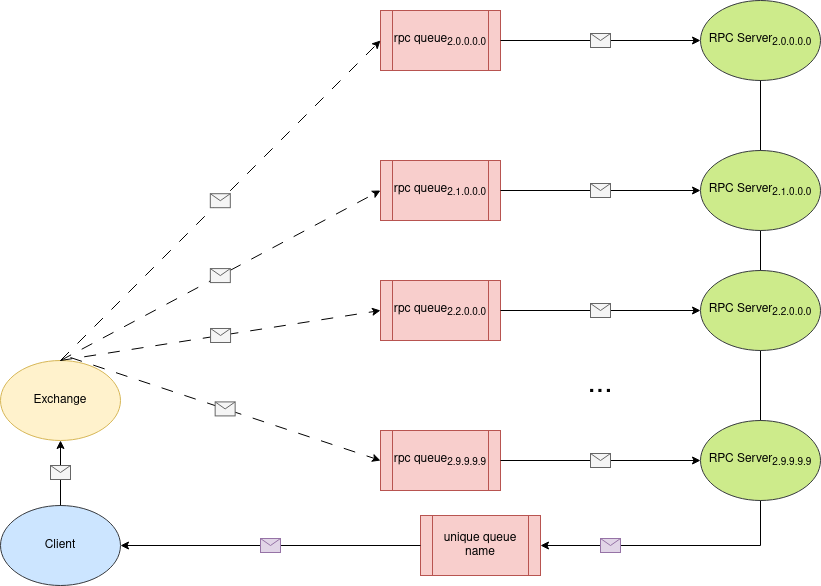
This is resources/rpc_diagram.png from danyk20/CMS_DAQ_simulation, a draw.io export, as it was before one commit. Source tidied: cells renumbered, new cells last; positions are measured from the earlier drawing's top-left corner, leaving out a move shared by most shapes. Its diagram source:
```xml
<mxGraphModel>
  <root>
    <mxCell id="0" />
    <mxCell id="1" parent="0" />
    <mxCell id="2" value="Exchange" style="ellipse;whiteSpace=wrap;html=1;fillColor=#fff2cc;strokeColor=#d6b656;" parent="1" vertex="1">
      <mxGeometry y="360" width="120" height="80" as="geometry" />
    </mxCell>
    <mxCell id="3" value="RPC Server&lt;sub&gt;2.0.0.0.0&lt;/sub&gt;" style="ellipse;whiteSpace=wrap;html=1;fillColor=#cdeb8b;strokeColor=#36393d;" parent="1" vertex="1">
      <mxGeometry x="700" width="120" height="80" as="geometry" />
    </mxCell>
    <mxCell id="4" value="rpc queue&lt;sub&gt;2.0.0.0.0&lt;/sub&gt;" style="shape=process;whiteSpace=wrap;html=1;backgroundOutline=1;fillColor=#f8cecc;strokeColor=#b85450;" parent="1" vertex="1">
      <mxGeometry x="380" y="10" width="120" height="60" as="geometry" />
    </mxCell>
    <mxCell id="5" value="unique queue name" style="shape=process;whiteSpace=wrap;html=1;backgroundOutline=1;fillColor=#f8cecc;strokeColor=#b85450;" parent="1" vertex="1">
      <mxGeometry x="420" y="515" width="120" height="60" as="geometry" />
    </mxCell>
    <mxCell id="6" style="endArrow=classic;html=1;rounded=0;exitX=0.5;exitY=0;exitDx=0;exitDy=0;entryX=0;entryY=0.5;entryDx=0;entryDy=0;dashed=1;dashPattern=12 12;" parent="1" edge="1" source="2" target="4">
      <mxGeometry relative="1" as="geometry" />
    </mxCell>
    <mxCell id="7" style="shape=message;html=1;fillColor=#f5f5f5;fontColor=#333333;strokeColor=#666666;" parent="6" vertex="1">
      <mxGeometry width="20" height="14" relative="1" as="geometry">
        <mxPoint x="-10" y="-7" as="offset" />
      </mxGeometry>
    </mxCell>
    <mxCell id="8" style="endArrow=classic;html=1;rounded=0;exitX=1;exitY=0.5;exitDx=0;exitDy=0;entryX=0;entryY=0.5;entryDx=0;entryDy=0;" parent="1" edge="1" source="4" target="3">
      <mxGeometry relative="1" as="geometry" />
    </mxCell>
    <mxCell id="9" style="shape=message;html=1;fillColor=#f5f5f5;fontColor=#333333;strokeColor=#666666;" parent="8" vertex="1">
      <mxGeometry width="20" height="14" relative="1" as="geometry">
        <mxPoint x="-10" y="-7" as="offset" />
      </mxGeometry>
    </mxCell>
    <mxCell id="10" style="endArrow=classic;html=1;rounded=0;entryX=1;entryY=0.5;entryDx=0;entryDy=0;exitX=0;exitY=0.5;exitDx=0;exitDy=0;" parent="1" edge="1" source="5" target="33">
      <mxGeometry relative="1" as="geometry" />
    </mxCell>
    <mxCell id="11" style="shape=message;html=1;fillColor=#e1d5e7;strokeColor=#9673a6;" parent="10" vertex="1">
      <mxGeometry width="20" height="14" relative="1" as="geometry">
        <mxPoint x="-10" y="-7" as="offset" />
      </mxGeometry>
    </mxCell>
    <mxCell id="12" style="endArrow=classic;html=1;rounded=0;exitX=0.5;exitY=1;exitDx=0;exitDy=0;entryX=1;entryY=0.5;entryDx=0;entryDy=0;" parent="1" edge="1" source="3" target="5">
      <mxGeometry relative="1" as="geometry">
        <Array as="points">
          <mxPoint x="760" y="545" />
        </Array>
      </mxGeometry>
    </mxCell>
    <mxCell id="13" style="shape=message;html=1;fillColor=#e1d5e7;strokeColor=#9673a6;" parent="12" vertex="1">
      <mxGeometry width="20" height="14" relative="1" as="geometry">
        <mxPoint x="-160" y="115" as="offset" />
      </mxGeometry>
    </mxCell>
    <mxCell id="14" value="RPC Server&lt;sub&gt;2.1.0.0.0&lt;/sub&gt;" style="ellipse;whiteSpace=wrap;html=1;fillColor=#cdeb8b;strokeColor=#36393d;" parent="1" vertex="1">
      <mxGeometry x="700" y="150" width="120" height="80" as="geometry" />
    </mxCell>
    <mxCell id="15" value="rpc queue&lt;sub&gt;2.1.0.0.0&lt;/sub&gt;" style="shape=process;whiteSpace=wrap;html=1;backgroundOutline=1;fillColor=#f8cecc;strokeColor=#b85450;" parent="1" vertex="1">
      <mxGeometry x="380" y="160" width="120" height="60" as="geometry" />
    </mxCell>
    <mxCell id="16" style="endArrow=classic;html=1;rounded=0;exitX=1;exitY=0.5;exitDx=0;exitDy=0;entryX=0;entryY=0.5;entryDx=0;entryDy=0;" parent="1" edge="1" source="15" target="14">
      <mxGeometry relative="1" as="geometry" />
    </mxCell>
    <mxCell id="17" style="shape=message;html=1;fillColor=#f5f5f5;fontColor=#333333;strokeColor=#666666;" parent="16" vertex="1">
      <mxGeometry width="20" height="14" relative="1" as="geometry">
        <mxPoint x="-10" y="-7" as="offset" />
      </mxGeometry>
    </mxCell>
    <mxCell id="18" style="endArrow=classic;html=1;rounded=0;exitX=0.5;exitY=0;exitDx=0;exitDy=0;entryX=0;entryY=0.5;entryDx=0;entryDy=0;dashed=1;dashPattern=12 12;" parent="1" edge="1" source="2" target="15">
      <mxGeometry relative="1" as="geometry" />
    </mxCell>
    <mxCell id="19" style="shape=message;html=1;fillColor=#f5f5f5;fontColor=#333333;strokeColor=#666666;" parent="18" vertex="1">
      <mxGeometry width="20" height="14" relative="1" as="geometry">
        <mxPoint x="-10" y="-7" as="offset" />
      </mxGeometry>
    </mxCell>
    <mxCell id="20" value="RPC Server&lt;sub&gt;2.2.0.0.0&lt;/sub&gt;" style="ellipse;whiteSpace=wrap;html=1;fillColor=#cdeb8b;strokeColor=#36393d;" parent="1" vertex="1">
      <mxGeometry x="700" y="270" width="120" height="80" as="geometry" />
    </mxCell>
    <mxCell id="21" value="rpc queue&lt;sub&gt;2.2.0.0.0&lt;/sub&gt;" style="shape=process;whiteSpace=wrap;html=1;backgroundOutline=1;fillColor=#f8cecc;strokeColor=#b85450;" parent="1" vertex="1">
      <mxGeometry x="380" y="280" width="120" height="60" as="geometry" />
    </mxCell>
    <mxCell id="22" style="endArrow=classic;html=1;rounded=0;exitX=1;exitY=0.5;exitDx=0;exitDy=0;entryX=0;entryY=0.5;entryDx=0;entryDy=0;" parent="1" edge="1" source="21" target="20">
      <mxGeometry relative="1" as="geometry" />
    </mxCell>
    <mxCell id="23" style="shape=message;html=1;fillColor=#f5f5f5;fontColor=#333333;strokeColor=#666666;" parent="22" vertex="1">
      <mxGeometry width="20" height="14" relative="1" as="geometry">
        <mxPoint x="-10" y="-7" as="offset" />
      </mxGeometry>
    </mxCell>
    <mxCell id="24" value="RPC Server&lt;sub&gt;2.9.9.9.9&lt;/sub&gt;" style="ellipse;whiteSpace=wrap;html=1;fillColor=#cdeb8b;strokeColor=#36393d;" parent="1" vertex="1">
      <mxGeometry x="700" y="420" width="120" height="80" as="geometry" />
    </mxCell>
    <mxCell id="25" value="rpc queue&lt;sub&gt;2.9.9.9.9&lt;/sub&gt;" style="shape=process;whiteSpace=wrap;html=1;backgroundOutline=1;fillColor=#f8cecc;strokeColor=#b85450;" parent="1" vertex="1">
      <mxGeometry x="380" y="430" width="120" height="60" as="geometry" />
    </mxCell>
    <mxCell id="26" style="endArrow=classic;html=1;rounded=0;exitX=1;exitY=0.5;exitDx=0;exitDy=0;entryX=0;entryY=0.5;entryDx=0;entryDy=0;" parent="1" edge="1" source="25" target="24">
      <mxGeometry relative="1" as="geometry" />
    </mxCell>
    <mxCell id="27" style="shape=message;html=1;fillColor=#f5f5f5;fontColor=#333333;strokeColor=#666666;" parent="26" vertex="1">
      <mxGeometry width="20" height="14" relative="1" as="geometry">
        <mxPoint x="-10" y="-7" as="offset" />
      </mxGeometry>
    </mxCell>
    <mxCell id="28" style="endArrow=classic;html=1;rounded=0;exitX=0.5;exitY=0;exitDx=0;exitDy=0;entryX=0;entryY=0.5;entryDx=0;entryDy=0;dashed=1;dashPattern=12 12;" parent="1" edge="1" source="2" target="21">
      <mxGeometry relative="1" as="geometry" />
    </mxCell>
    <mxCell id="29" style="shape=message;html=1;fillColor=#f5f5f5;fontColor=#333333;strokeColor=#666666;" parent="28" vertex="1">
      <mxGeometry width="20" height="14" relative="1" as="geometry">
        <mxPoint x="-10" y="-7" as="offset" />
      </mxGeometry>
    </mxCell>
    <mxCell id="30" style="endArrow=classic;html=1;rounded=0;exitX=0.583;exitY=-0.037;exitDx=0;exitDy=0;entryX=0;entryY=0.5;entryDx=0;entryDy=0;exitPerimeter=0;dashed=1;dashPattern=12 12;" parent="1" edge="1" source="2" target="25">
      <mxGeometry relative="1" as="geometry" />
    </mxCell>
    <mxCell id="31" style="shape=message;html=1;fillColor=#f5f5f5;fontColor=#333333;strokeColor=#666666;" parent="30" vertex="1">
      <mxGeometry width="20" height="14" relative="1" as="geometry">
        <mxPoint x="-10" y="-7" as="offset" />
      </mxGeometry>
    </mxCell>
    <mxCell id="32" value="..." style="text;html=1;strokeColor=none;fillColor=none;align=center;verticalAlign=middle;whiteSpace=wrap;rounded=0;fontSize=30;" parent="1" vertex="1">
      <mxGeometry x="570" y="370" width="60" height="30" as="geometry" />
    </mxCell>
    <mxCell id="33" value="Client" style="ellipse;whiteSpace=wrap;html=1;fillColor=#cce5ff;strokeColor=#36393d;" parent="1" vertex="1">
      <mxGeometry y="505" width="120" height="80" as="geometry" />
    </mxCell>
    <mxCell id="34" style="endArrow=classic;html=1;rounded=0;exitX=0.5;exitY=0;exitDx=0;exitDy=0;entryX=0.5;entryY=1;entryDx=0;entryDy=0;" parent="1" edge="1" source="33" target="2">
      <mxGeometry relative="1" as="geometry" />
    </mxCell>
    <mxCell id="35" style="shape=message;html=1;fillColor=#f5f5f5;fontColor=#333333;strokeColor=#666666;" parent="34" vertex="1">
      <mxGeometry width="20" height="14" relative="1" as="geometry">
        <mxPoint x="-10" y="-7" as="offset" />
      </mxGeometry>
    </mxCell>
  </root>
</mxGraphModel>
```
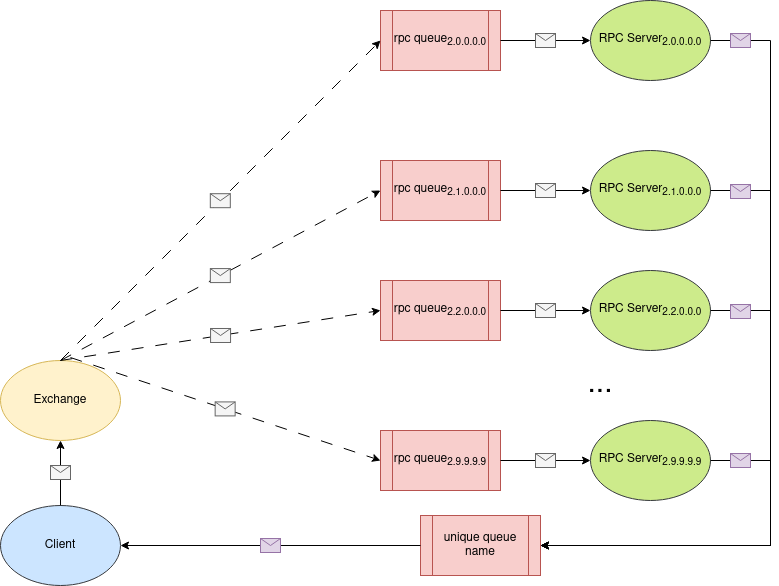
The same file after the commit.

Commit message:
docs: extended MOM README.md

What changed in the source:
```diff
@@ -6,7 +6,7 @@
       <mxGeometry y="360" width="120" height="80" as="geometry" />
     </mxCell>
     <mxCell id="3" value="RPC Server&lt;sub&gt;2.0.0.0.0&lt;/sub&gt;" style="ellipse;whiteSpace=wrap;html=1;fillColor=#cdeb8b;strokeColor=#36393d;" parent="1" vertex="1">
-      <mxGeometry x="700" width="120" height="80" as="geometry" />
+      <mxGeometry x="590" width="120" height="80" as="geometry" />
     </mxCell>
     <mxCell id="4" value="rpc queue&lt;sub&gt;2.0.0.0.0&lt;/sub&gt;" style="shape=process;whiteSpace=wrap;html=1;backgroundOutline=1;fillColor=#f8cecc;strokeColor=#b85450;" parent="1" vertex="1">
       <mxGeometry x="380" y="10" width="120" height="60" as="geometry" />
@@ -38,20 +38,21 @@
         <mxPoint x="-10" y="-7" as="offset" />
       </mxGeometry>
     </mxCell>
-    <mxCell id="12" style="endArrow=classic;html=1;rounded=0;exitX=0.5;exitY=1;exitDx=0;exitDy=0;entryX=1;entryY=0.5;entryDx=0;entryDy=0;" parent="1" edge="1" source="3" target="5">
+    <mxCell id="12" style="endArrow=classic;html=1;rounded=0;exitX=1;exitY=0.5;exitDx=0;exitDy=0;entryX=1;entryY=0.5;entryDx=0;entryDy=0;" parent="1" edge="1" source="3" target="5">
       <mxGeometry relative="1" as="geometry">
         <Array as="points">
-          <mxPoint x="760" y="545" />
+          <mxPoint x="770" y="40" />
+          <mxPoint x="770" y="545" />
         </Array>
       </mxGeometry>
     </mxCell>
     <mxCell id="13" style="shape=message;html=1;fillColor=#e1d5e7;strokeColor=#9673a6;" parent="12" vertex="1">
       <mxGeometry width="20" height="14" relative="1" as="geometry">
-        <mxPoint x="-160" y="115" as="offset" />
+        <mxPoint x="-40" y="-345" as="offset" />
       </mxGeometry>
     </mxCell>
     <mxCell id="14" value="RPC Server&lt;sub&gt;2.1.0.0.0&lt;/sub&gt;" style="ellipse;whiteSpace=wrap;html=1;fillColor=#cdeb8b;strokeColor=#36393d;" parent="1" vertex="1">
-      <mxGeometry x="700" y="150" width="120" height="80" as="geometry" />
+      <mxGeometry x="590" y="150" width="120" height="80" as="geometry" />
     </mxCell>
     <mxCell id="15" value="rpc queue&lt;sub&gt;2.1.0.0.0&lt;/sub&gt;" style="shape=process;whiteSpace=wrap;html=1;backgroundOutline=1;fillColor=#f8cecc;strokeColor=#b85450;" parent="1" vertex="1">
       <mxGeometry x="380" y="160" width="120" height="60" as="geometry" />
@@ -73,7 +74,7 @@
       </mxGeometry>
     </mxCell>
     <mxCell id="20" value="RPC Server&lt;sub&gt;2.2.0.0.0&lt;/sub&gt;" style="ellipse;whiteSpace=wrap;html=1;fillColor=#cdeb8b;strokeColor=#36393d;" parent="1" vertex="1">
-      <mxGeometry x="700" y="270" width="120" height="80" as="geometry" />
+      <mxGeometry x="590" y="270" width="120" height="80" as="geometry" />
     </mxCell>
     <mxCell id="21" value="rpc queue&lt;sub&gt;2.2.0.0.0&lt;/sub&gt;" style="shape=process;whiteSpace=wrap;html=1;backgroundOutline=1;fillColor=#f8cecc;strokeColor=#b85450;" parent="1" vertex="1">
       <mxGeometry x="380" y="280" width="120" height="60" as="geometry" />
@@ -87,7 +88,7 @@
       </mxGeometry>
     </mxCell>
     <mxCell id="24" value="RPC Server&lt;sub&gt;2.9.9.9.9&lt;/sub&gt;" style="ellipse;whiteSpace=wrap;html=1;fillColor=#cdeb8b;strokeColor=#36393d;" parent="1" vertex="1">
-      <mxGeometry x="700" y="420" width="120" height="80" as="geometry" />
+      <mxGeometry x="590" y="420" width="120" height="80" as="geometry" />
     </mxCell>
     <mxCell id="25" value="rpc queue&lt;sub&gt;2.9.9.9.9&lt;/sub&gt;" style="shape=process;whiteSpace=wrap;html=1;backgroundOutline=1;fillColor=#f8cecc;strokeColor=#b85450;" parent="1" vertex="1">
       <mxGeometry x="380" y="430" width="120" height="60" as="geometry" />
@@ -130,5 +131,44 @@
         <mxPoint x="-10" y="-7" as="offset" />
       </mxGeometry>
     </mxCell>
+    <mxCell id="36" style="endArrow=classic;html=1;rounded=0;exitX=1;exitY=0.5;exitDx=0;exitDy=0;entryX=1;entryY=0.5;entryDx=0;entryDy=0;" parent="1" edge="1" source="24" target="5">
+      <mxGeometry relative="1" as="geometry">
+        <Array as="points">
+          <mxPoint x="770" y="460" />
+          <mxPoint x="770" y="545" />
+        </Array>
+      </mxGeometry>
+    </mxCell>
+    <mxCell id="37" style="shape=message;html=1;fillColor=#e1d5e7;strokeColor=#9673a6;" parent="36" vertex="1">
+      <mxGeometry width="20" height="14" relative="1" as="geometry">
+        <mxPoint x="3" y="-92" as="offset" />
+      </mxGeometry>
+    </mxCell>
+    <mxCell id="38" style="endArrow=classic;html=1;rounded=0;exitX=1;exitY=0.5;exitDx=0;exitDy=0;entryX=1;entryY=0.5;entryDx=0;entryDy=0;" parent="1" edge="1" source="20" target="5">
+      <mxGeometry relative="1" as="geometry">
+        <Array as="points">
+          <mxPoint x="770" y="310" />
+          <mxPoint x="770" y="545" />
+        </Array>
+      </mxGeometry>
+    </mxCell>
+    <mxCell id="39" style="shape=message;html=1;fillColor=#e1d5e7;strokeColor=#9673a6;" parent="38" vertex="1">
+      <mxGeometry width="20" height="14" relative="1" as="geometry">
+        <mxPoint x="-40" y="-209" as="offset" />
+      </mxGeometry>
+    </mxCell>
+    <mxCell id="40" style="endArrow=classic;html=1;rounded=0;exitX=1;exitY=0.5;exitDx=0;exitDy=0;entryX=1;entryY=0.5;entryDx=0;entryDy=0;" parent="1" edge="1" source="14" target="5">
+      <mxGeometry relative="1" as="geometry">
+        <Array as="points">
+          <mxPoint x="770" y="190" />
+          <mxPoint x="770" y="545" />
+        </Array>
+      </mxGeometry>
+    </mxCell>
+    <mxCell id="41" style="shape=message;html=1;fillColor=#e1d5e7;strokeColor=#9673a6;" parent="40" vertex="1">
+      <mxGeometry width="20" height="14" relative="1" as="geometry">
+        <mxPoint x="-40" y="-269" as="offset" />
+      </mxGeometry>
+    </mxCell>
   </root>
 </mxGraphModel>
```
